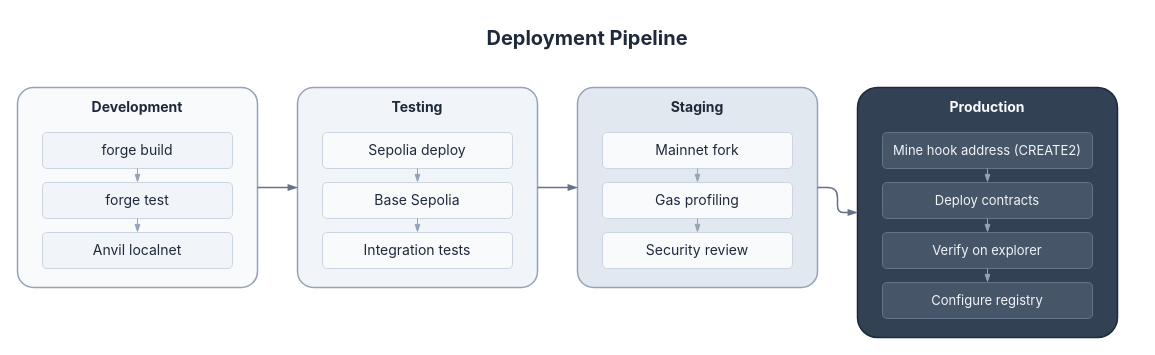
This is docs/diagrams/drawio/deployment-pipeline.drawio from guglxni/the-fixer-hook, a draw.io file, before an edit. Source tidied: cells renumbered, new cells numbered last; positions are measured from the earlier drawing's top-left corner, leaving out a move shared by most shapes. Both pictures are drawn from the tidied source at 100%, with x=0, y=0 at pixel (17, 17).
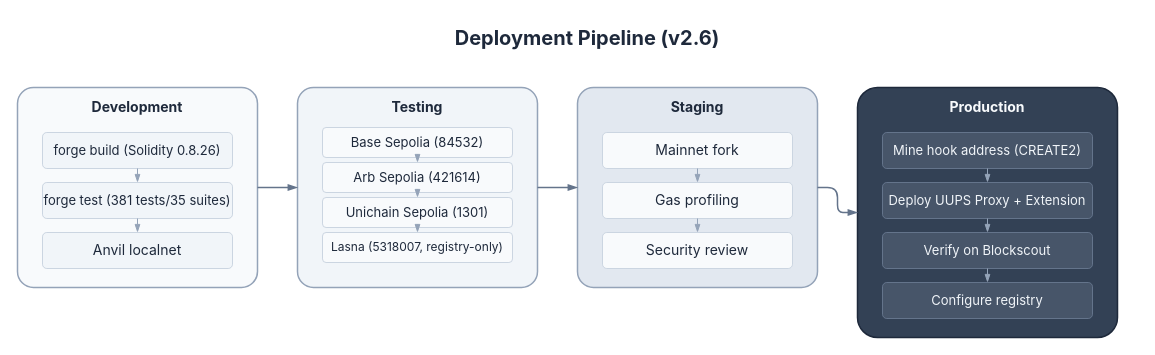
Above is the later version.

Change to the diagram source:
```diff
@@
-    <mxCell id="2" value="Deployment Pipeline" style="text;html=1;align=center;verticalAlign=middle;whiteSpace=wrap;rounded=0;fontSize=20;fontStyle=1;fontColor=#1E293B;fontFamily=Inter,system-ui,sans-serif;" parent="1" vertex="1">
+    <mxCell id="2" value="Deployment Pipeline (v2.6)" style="text;html=1;align=center;verticalAlign=middle;whiteSpace=wrap;rounded=0;fontSize=20;fontStyle=1;fontColor=#1E293B;fontFamily=Inter,system-ui,sans-serif;" parent="1" vertex="1">
       <mxGeometry x="20" width="1100" height="40" as="geometry" />
     </mxCell>
@@
-    <mxCell id="5" value="forge build" style="rounded=1;whiteSpace=wrap;html=1;arcSize=12;fillColor=#F1F5F9;strokeColor=#CBD5E1;strokeWidth=1;fontSize=14;fontColor=#1E293B;fontFamily=Inter,system-ui,sans-serif;fontStyle=0;" parent="1" vertex="1">
+    <mxCell id="5" value="forge build (Solidity 0.8.26)" style="rounded=1;whiteSpace=wrap;html=1;arcSize=12;fillColor=#F1F5F9;strokeColor=#CBD5E1;strokeWidth=1;fontSize=13;fontColor=#1E293B;fontFamily=Inter,system-ui,sans-serif;fontStyle=0;" parent="1" vertex="1">
       <mxGeometry x="25" y="115" width="190" height="36" as="geometry" />
     </mxCell>
-    <mxCell id="6" value="forge test" style="rounded=1;whiteSpace=wrap;html=1;arcSize=12;fillColor=#F1F5F9;strokeColor=#CBD5E1;strokeWidth=1;fontSize=14;fontColor=#1E293B;fontFamily=Inter,system-ui,sans-serif;fontStyle=0;" parent="1" vertex="1">
+    <mxCell id="6" value="forge test (381 tests/35 suites)" style="rounded=1;whiteSpace=wrap;html=1;arcSize=12;fillColor=#F1F5F9;strokeColor=#CBD5E1;strokeWidth=1;fontSize=13;fontColor=#1E293B;fontFamily=Inter,system-ui,sans-serif;fontStyle=0;" parent="1" vertex="1">
       <mxGeometry x="25" y="165" width="190" height="36" as="geometry" />
     </mxCell>
@@
-    <mxCell id="12" value="Sepolia deploy" style="rounded=1;whiteSpace=wrap;html=1;arcSize=12;fillColor=#F8FAFC;strokeColor=#CBD5E1;strokeWidth=1;fontSize=14;fontColor=#1E293B;fontFamily=Inter,system-ui,sans-serif;fontStyle=0;" parent="1" vertex="1">
-      <mxGeometry x="305" y="115" width="190" height="36" as="geometry" />
+    <mxCell id="12" value="Base Sepolia (84532)" style="rounded=1;whiteSpace=wrap;html=1;arcSize=12;fillColor=#F8FAFC;strokeColor=#CBD5E1;strokeWidth=1;fontSize=13;fontColor=#1E293B;fontFamily=Inter,system-ui,sans-serif;fontStyle=0;" parent="1" vertex="1">
+      <mxGeometry x="305" y="110" width="190" height="30" as="geometry" />
     </mxCell>
-    <mxCell id="13" value="Base Sepolia" style="rounded=1;whiteSpace=wrap;html=1;arcSize=12;fillColor=#F8FAFC;strokeColor=#CBD5E1;strokeWidth=1;fontSize=14;fontColor=#1E293B;fontFamily=Inter,system-ui,sans-serif;fontStyle=0;" parent="1" vertex="1">
-      <mxGeometry x="305" y="165" width="190" height="36" as="geometry" />
-    </mxCell>
-    <mxCell id="14" value="Integration tests" style="rounded=1;whiteSpace=wrap;html=1;arcSize=12;fillColor=#F8FAFC;strokeColor=#CBD5E1;strokeWidth=1;fontSize=14;fontColor=#1E293B;fontFamily=Inter,system-ui,sans-serif;fontStyle=0;" parent="1" vertex="1">
-      <mxGeometry x="305" y="215" width="190" height="36" as="geometry" />
-    </mxCell>
+    <mxCell id="36" value="Arb Sepolia (421614)" style="rounded=1;whiteSpace=wrap;html=1;arcSize=12;fillColor=#F8FAFC;strokeColor=#CBD5E1;strokeWidth=1;fontSize=13;fontColor=#1E293B;fontFamily=Inter,system-ui,sans-serif;fontStyle=0;" parent="1" vertex="1">
+      <mxGeometry x="305" y="145" width="190" height="30" as="geometry" />
+    </mxCell>
+    <mxCell id="37" value="Unichain Sepolia (1301)" style="rounded=1;whiteSpace=wrap;html=1;arcSize=12;fillColor=#F8FAFC;strokeColor=#CBD5E1;strokeWidth=1;fontSize=13;fontColor=#1E293B;fontFamily=Inter,system-ui,sans-serif;fontStyle=0;" parent="1" vertex="1">
+      <mxGeometry x="305" y="180" width="190" height="30" as="geometry" />
+    </mxCell>
+    <mxCell id="38" value="Lasna (5318007, registry-only)" style="rounded=1;whiteSpace=wrap;html=1;arcSize=12;fillColor=#F8FAFC;strokeColor=#CBD5E1;strokeWidth=1;fontSize=12;fontColor=#1E293B;fontFamily=Inter,system-ui,sans-serif;fontStyle=0;" parent="1" vertex="1">
+      <mxGeometry x="305" y="215" width="190" height="30" as="geometry" />
+    </mxCell>
-    <mxCell id="15" style="edgeStyle=orthogonalEdgeStyle;rounded=1;html=1;strokeColor=#94A3B8;strokeWidth=1;endArrow=blockThin;endFill=1;exitX=0.5;exitY=1;exitDx=0;exitDy=0;entryX=0.5;entryY=0;entryDx=0;entryDy=0;" parent="1" edge="1" source="12" target="13">
+    <mxCell id="15" style="edgeStyle=orthogonalEdgeStyle;rounded=1;html=1;strokeColor=#94A3B8;strokeWidth=1;endArrow=blockThin;endFill=1;exitX=0.5;exitY=1;exitDx=0;exitDy=0;entryX=0.5;entryY=0;entryDx=0;entryDy=0;" parent="1" edge="1" source="12" target="36">
       <mxGeometry relative="1" as="geometry" />
     </mxCell>
-    <mxCell id="16" style="edgeStyle=orthogonalEdgeStyle;rounded=1;html=1;strokeColor=#94A3B8;strokeWidth=1;endArrow=blockThin;endFill=1;exitX=0.5;exitY=1;exitDx=0;exitDy=0;entryX=0.5;entryY=0;entryDx=0;entryDy=0;" parent="1" edge="1" source="13" target="14">
+    <mxCell id="16" style="edgeStyle=orthogonalEdgeStyle;rounded=1;html=1;strokeColor=#94A3B8;strokeWidth=1;endArrow=blockThin;endFill=1;exitX=0.5;exitY=1;exitDx=0;exitDy=0;entryX=0.5;entryY=0;entryDx=0;entryDy=0;" parent="1" edge="1" source="36" target="37">
       <mxGeometry relative="1" as="geometry" />
     </mxCell>
+    <mxCell id="39" style="edgeStyle=orthogonalEdgeStyle;rounded=1;html=1;strokeColor=#94A3B8;strokeWidth=1;endArrow=blockThin;endFill=1;exitX=0.5;exitY=1;exitDx=0;exitDy=0;entryX=0.5;entryY=0;entryDx=0;entryDy=0;" parent="1" edge="1" source="37" target="38">
+      <mxGeometry relative="1" as="geometry" />
+    </mxCell>
@@
-    <mxCell id="27" value="Deploy contracts" style="rounded=1;whiteSpace=wrap;html=1;arcSize=12;fillColor=#475569;strokeColor=#64748B;strokeWidth=1;fontSize=13;fontColor=#F1F5F9;fontFamily=Inter,system-ui,sans-serif;fontStyle=0;" parent="1" vertex="1">
+    <mxCell id="27" value="Deploy UUPS Proxy + Extension" style="rounded=1;whiteSpace=wrap;html=1;arcSize=12;fillColor=#475569;strokeColor=#64748B;strokeWidth=1;fontSize=13;fontColor=#F1F5F9;fontFamily=Inter,system-ui,sans-serif;fontStyle=0;" parent="1" vertex="1">
       <mxGeometry x="865" y="165" width="210" height="36" as="geometry" />
     </mxCell>
-    <mxCell id="28" value="Verify on explorer" style="rounded=1;whiteSpace=wrap;html=1;arcSize=12;fillColor=#475569;strokeColor=#64748B;strokeWidth=1;fontSize=13;fontColor=#F1F5F9;fontFamily=Inter,system-ui,sans-serif;fontStyle=0;" parent="1" vertex="1">
+    <mxCell id="28" value="Verify on Blockscout" style="rounded=1;whiteSpace=wrap;html=1;arcSize=12;fillColor=#475569;strokeColor=#64748B;strokeWidth=1;fontSize=13;fontColor=#F1F5F9;fontFamily=Inter,system-ui,sans-serif;fontStyle=0;" parent="1" vertex="1">
       <mxGeometry x="865" y="215" width="210" height="36" as="geometry" />
     </mxCell>
```
